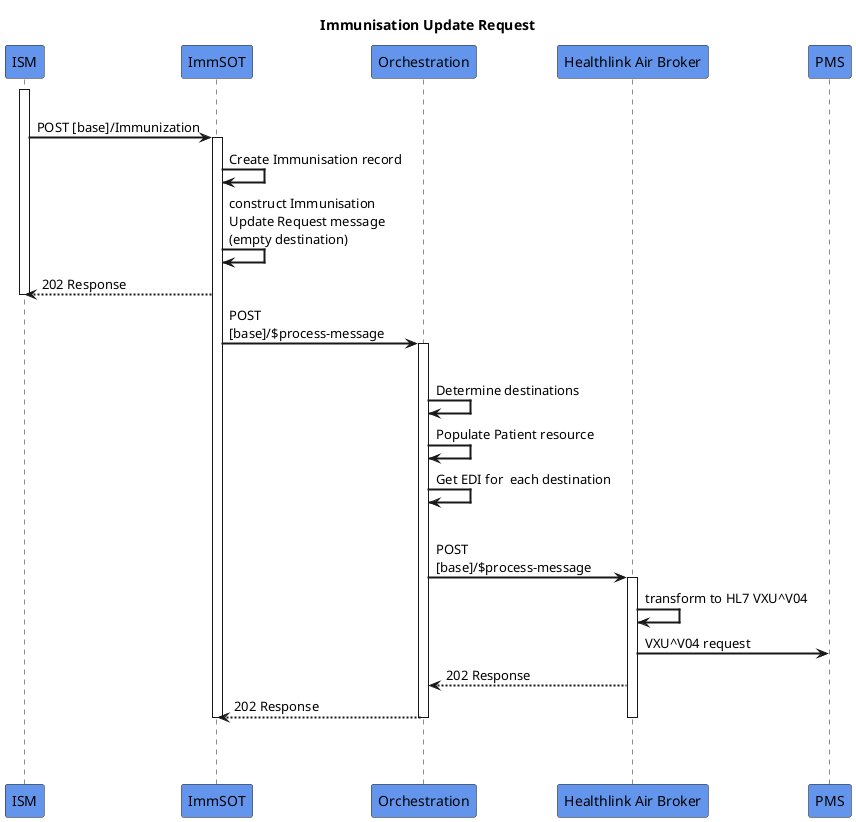
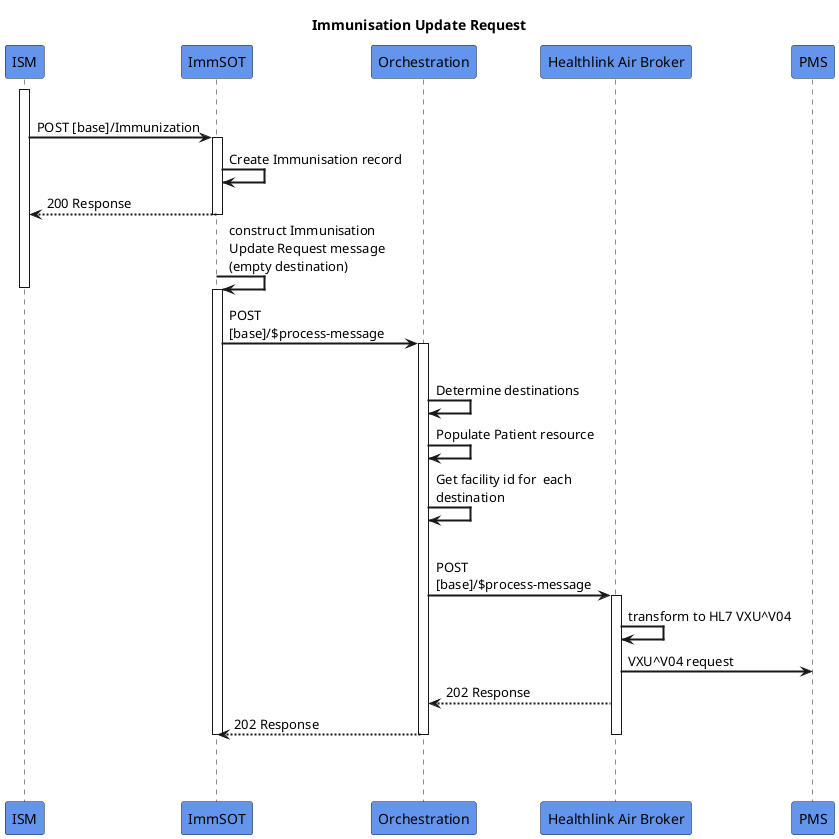
@startuml
skinparam sequenceArrowThickness 2
skinparam roundcorner 5
skinparam maxmessagesize 180
skinparam sequenceParticipant bold
title  Immunisation Update Request
participant "ISM" as AA #CornflowerBlue
participant "ImmSOT" as A #CornflowerBlue
participant "Orchestration" as B #CornflowerBlue
participant "Healthlink Air Broker" as C #CornflowerBlue
participant "PMS" as D #CornflowerBlue
|||
activate AA
AA -> A: POST [base]/Immunization
activate A
A -> A: Create Immunisation record
+ A -[dashed]-> AA:  200 Response
+ deactivate A
+ 
A -> A: construct Immunisation Update Request message (empty destination)
- A -[dashed]-> AA:  202 Response
+ activate A
deactivate AA
+ 
A -> B: POST [base]/$process-message

activate B
|||
B -> B: Determine destinations
B -> B: Populate Patient resource
- B -> B: Get EDI for  each destination
+ B -> B: Get facility id for  each destination
|||
B -> C: POST [base]/$process-message
activate C
C -> C:  transform to HL7 VXU^V04
C -> D: VXU^V04 request
C -[dashed]-> B:  202 Response
B -[dashed]-> A: 202 Response
deactivate B
|||
deactivate C
deactivate A
|||
@enduml